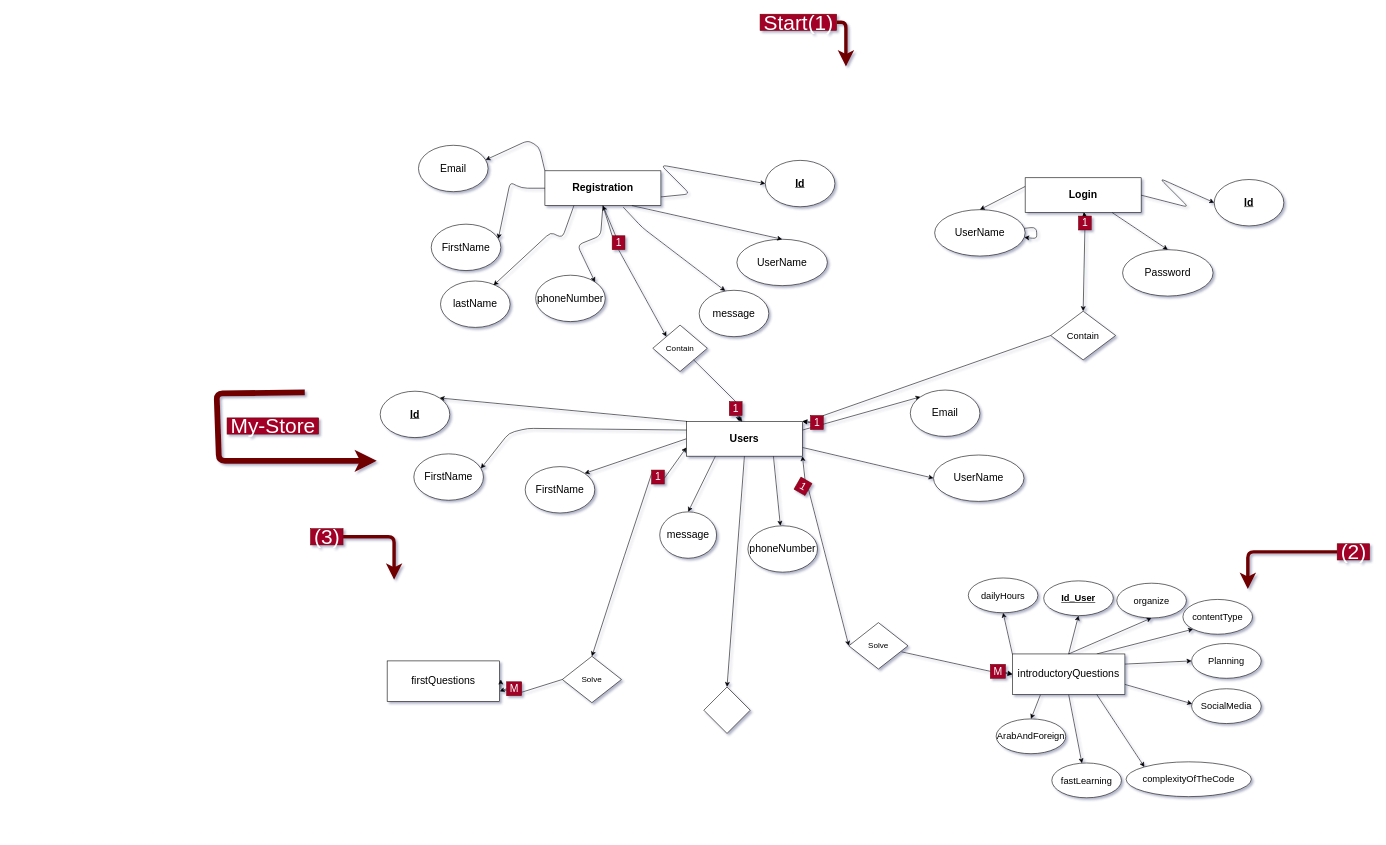
This is user_life..drawio from MahmoudAbdullahAnani/Beginning, a draw.io file, before an edit. Source tidied: cells renumbered, new cells numbered last; positions are measured from the earlier drawing's top-left corner, leaving out a move shared by most shapes. Both pictures are drawn from the tidied source at 58%, with x=0, y=0 at pixel (216, 14).
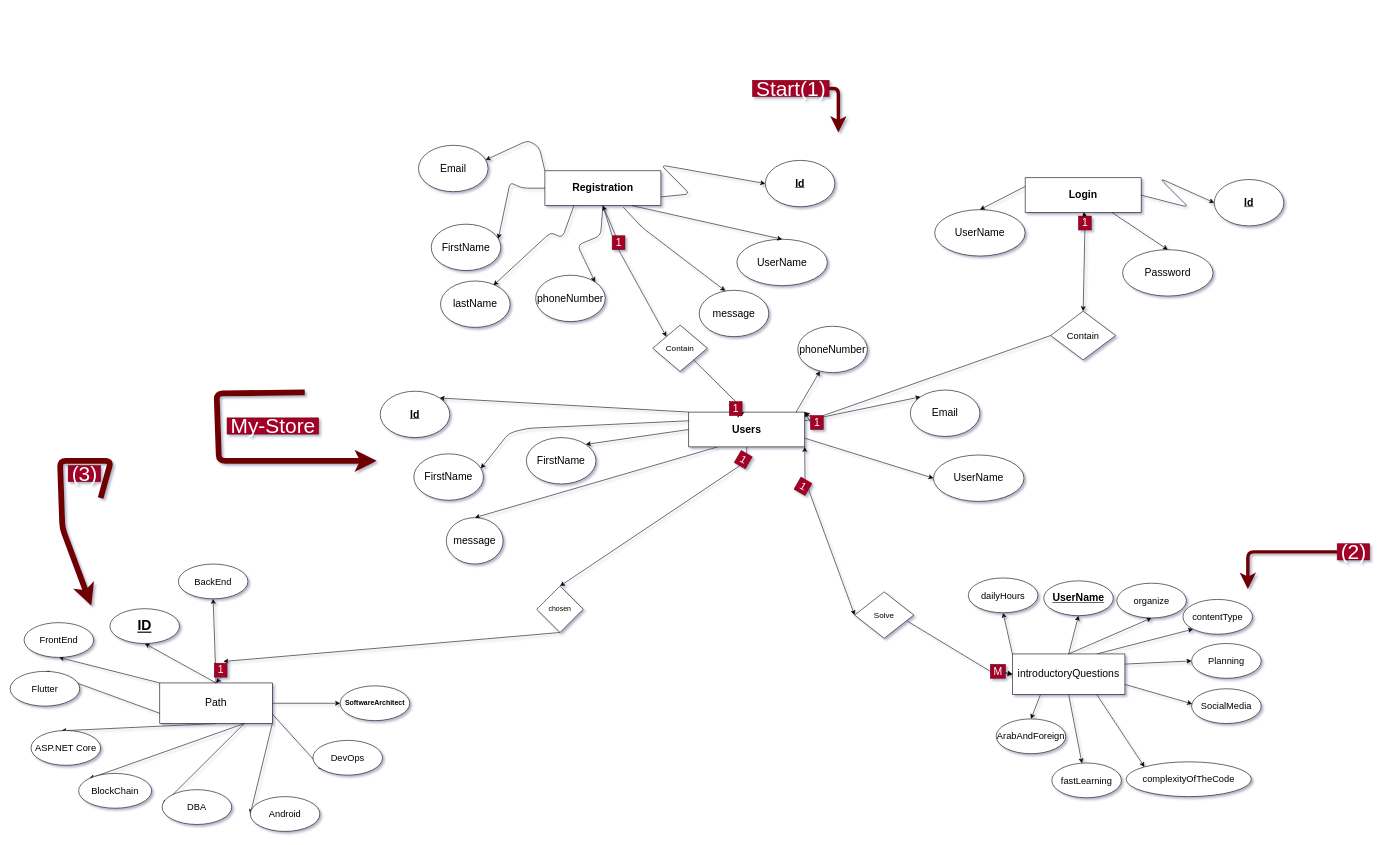
Above is the later version.

Unchanged cells that the change refers to:
```xml
<mxCell id="18" value="UserName" style="ellipse;whiteSpace=wrap;html=1;fontSize=18;" parent="1" vertex="1">
  <mxGeometry x="1238" y="337" width="156" height="80" as="geometry" />
</mxCell>
```

What changed in the source:
```diff
@@
-    <mxCell id="20" style="edgeStyle=none;html=1;fontColor=#CCFFE6;" parent="1" edge="1" source="18" target="18">
-      <mxGeometry relative="1" as="geometry" />
-    </mxCell>
@@
-    <mxCell id="23" style="edgeStyle=none;html=1;entryX=0.5;entryY=0;entryDx=0;entryDy=0;exitX=0.5;exitY=1;exitDx=0;exitDy=0;" parent="1" edge="1" source="30" target="70">
+    <mxCell id="23" style="edgeStyle=none;html=1;entryX=0.5;entryY=0;entryDx=0;entryDy=0;exitX=0.5;exitY=1;exitDx=0;exitDy=0;startArrow=none;" parent="1" edge="1" source="132" target="70">
       <mxGeometry relative="1" as="geometry" />
     </mxCell>
@@
     <mxCell id="30" value="&lt;font style=&quot;font-size: 18px&quot; color=&quot;#000000&quot;&gt;&lt;b&gt;Users&lt;/b&gt;&lt;/font&gt;" style="whiteSpace=wrap;html=1;" parent="1" vertex="1">
-      <mxGeometry x="810" y="702" width="200" height="60" as="geometry" />
+      <mxGeometry x="814" y="686" width="200" height="60" as="geometry" />
     </mxCell>
@@
     <mxCell id="41" value="&lt;font style=&quot;font-size: 14px&quot;&gt;Solve&lt;/font&gt;" style="rhombus;whiteSpace=wrap;html=1;" parent="1" vertex="1">
-      <mxGeometry x="1090" y="1049" width="102" height="80" as="geometry" />
+      <mxGeometry x="1100" y="996" width="102" height="80" as="geometry" />
     </mxCell>
@@
-    <mxCell id="48" style="edgeStyle=none;html=1;fontSize=18;fontColor=#CCFFE6;exitX=0;exitY=0.25;exitDx=0;exitDy=0;entryX=0.5;entryY=0;entryDx=0;entryDy=0;startArrow=none;" parent="1" edge="1" source="78" target="50">
-      <mxGeometry relative="1" as="geometry">
-        <Array as="points">
-          <mxPoint x="700" y="943" />
-        </Array>
-      </mxGeometry>
-    </mxCell>
-    <mxCell id="49" style="edgeStyle=none;html=1;fontSize=18;fontColor=#CCFFE6;entryX=1;entryY=0.75;entryDx=0;entryDy=0;exitX=0;exitY=0.5;exitDx=0;exitDy=0;startArrow=none;" parent="1" edge="1" source="76" target="51">
-      <mxGeometry relative="1" as="geometry" />
-    </mxCell>
-    <mxCell id="50" value="&lt;font style=&quot;font-size: 14px&quot;&gt;Solve&lt;/font&gt;" style="rhombus;whiteSpace=wrap;html=1;" parent="1" vertex="1">
-      <mxGeometry x="596" y="1107" width="102" height="80" as="geometry" />
-    </mxCell>
-    <mxCell id="51" value="&lt;span style=&quot;font-size: 18px&quot;&gt;&lt;font color=&quot;#000000&quot;&gt;firstQuestions&lt;/font&gt;&lt;/span&gt;" style="whiteSpace=wrap;html=1;align=center;" parent="1" vertex="1">
-      <mxGeometry x="294" y="1115" width="194" height="70" as="geometry" />
-    </mxCell>
-    <mxCell id="52" style="edgeStyle=none;html=1;" parent="1" edge="1" source="76">
-      <mxGeometry relative="1" as="geometry">
-        <mxPoint x="490" y="1147" as="targetPoint" />
-        <Array as="points">
-          <mxPoint x="490" y="1167" />
-        </Array>
-      </mxGeometry>
-    </mxCell>
-    <mxCell id="53" style="edgeStyle=none;html=1;entryX=0;entryY=0.75;entryDx=0;entryDy=0;exitX=1.01;exitY=0.574;exitDx=0;exitDy=0;exitPerimeter=0;" parent="1" edge="1" source="78" target="30">
-      <mxGeometry relative="1" as="geometry" />
-    </mxCell>
@@
+    <mxCell id="109" style="edgeStyle=none;html=1;exitX=0.5;exitY=1;exitDx=0;exitDy=0;entryX=0.706;entryY=-0.125;entryDx=0;entryDy=0;entryPerimeter=0;" parent="1" edge="1" source="70" target="129">
+      <mxGeometry relative="1" as="geometry" />
+    </mxCell>
-    <mxCell id="70" style="rhombus;whiteSpace=wrap;html=1;" parent="1" vertex="1">
-      <mxGeometry x="840" y="1160" width="80" height="80" as="geometry" />
+    <mxCell id="70" value="chosen" style="rhombus;whiteSpace=wrap;html=1;" parent="1" vertex="1">
+      <mxGeometry x="552" y="986" width="80" height="80" as="geometry" />
     </mxCell>
     <mxCell id="71" style="edgeStyle=segmentEdgeStyle;endArrow=classic;html=1;strokeWidth=6;endSize=9;fillColor=#a20025;strokeColor=#6F0000;startArrow=none;" parent="1" edge="1" source="88">
       <mxGeometry relative="1" as="geometry">
-        <mxPoint x="1085" y="90" as="targetPoint" />
+        <mxPoint x="1072" y="204" as="targetPoint" />
       </mxGeometry>
     </mxCell>
@@
-    <mxCell id="76" value="&lt;span style=&quot;font-size: 18px&quot;&gt;M&lt;/span&gt;" style="text;html=1;align=center;verticalAlign=middle;points=[];strokeColor=#6F0000;fillColor=#a20025;fontSize=14;fontColor=#ffffff;" parent="1" vertex="1">
-      <mxGeometry x="500" y="1151" width="26" height="24" as="geometry" />
-    </mxCell>
-    <mxCell id="77" style="edgeStyle=none;html=1;fontSize=18;fontColor=#CCFFE6;entryX=1;entryY=0.75;entryDx=0;entryDy=0;exitX=0;exitY=0.5;exitDx=0;exitDy=0;endArrow=none;" parent="1" edge="1" source="50" target="76">
-      <mxGeometry relative="1" as="geometry" />
-    </mxCell>
-    <mxCell id="78" value="&lt;font style=&quot;font-size: 18px&quot;&gt;1&lt;/font&gt;" style="text;html=1;align=center;verticalAlign=middle;points=[];strokeColor=#6F0000;fillColor=#a20025;fontSize=14;fontColor=#ffffff;" parent="1" vertex="1">
-      <mxGeometry x="750" y="786" width="22" height="24" as="geometry" />
-    </mxCell>
@@
     <mxCell id="88" value="&lt;font style=&quot;font-size: 36px&quot;&gt;Start(1)&lt;/font&gt;" style="text;html=1;align=center;verticalAlign=middle;points=[];fillColor=#a20025;fontColor=#ffffff;strokeColor=#6F0000;" parent="1" vertex="1">
-      <mxGeometry x="937" width="132" height="28" as="geometry" />
+      <mxGeometry x="924" y="114" width="132" height="28" as="geometry" />
     </mxCell>
     <mxCell id="89" style="edgeStyle=segmentEdgeStyle;endArrow=none;html=1;strokeWidth=6;endSize=9;fillColor=#a20025;strokeColor=#6F0000;" parent="1" edge="1" target="88">
       <mxGeometry relative="1" as="geometry">
-        <mxPoint x="941" y="20" as="sourcePoint" />
+        <mxPoint x="928" y="134" as="sourcePoint" />
       </mxGeometry>
     </mxCell>
@@
-    <mxCell id="94" style="edgeStyle=segmentEdgeStyle;endArrow=classic;html=1;strokeWidth=6;endSize=9;fillColor=#a20025;strokeColor=#6F0000;startArrow=none;" parent="1" edge="1" source="95">
-      <mxGeometry relative="1" as="geometry">
-        <mxPoint x="306" y="975" as="targetPoint" />
-      </mxGeometry>
-    </mxCell>
-    <mxCell id="95" value="&lt;font style=&quot;font-size: 36px&quot;&gt;(3)&lt;/font&gt;" style="text;html=1;align=center;verticalAlign=middle;points=[];fillColor=#a20025;fontColor=#ffffff;strokeColor=#6F0000;" parent="1" vertex="1">
-      <mxGeometry x="162" y="887" width="56" height="28" as="geometry" />
-    </mxCell>
-    <mxCell id="96" style="edgeStyle=segmentEdgeStyle;endArrow=none;html=1;strokeWidth=6;endSize=9;fillColor=#a20025;strokeColor=#6F0000;" parent="1" edge="1" target="95">
-      <mxGeometry relative="1" as="geometry">
-        <mxPoint x="162" y="905" as="sourcePoint" />
-      </mxGeometry>
-    </mxCell>
@@
-    <mxCell id="98" value="&lt;font size=&quot;3&quot;&gt;&lt;u&gt;&lt;b&gt;Id_User&lt;/b&gt;&lt;/u&gt;&lt;/font&gt;" style="ellipse;whiteSpace=wrap;html=1;" parent="1" vertex="1">
+    <mxCell id="98" value="&lt;span style=&quot;font-size: 18px&quot;&gt;&lt;b&gt;&lt;u&gt;UserName&lt;/u&gt;&lt;/b&gt;&lt;/span&gt;" style="ellipse;whiteSpace=wrap;html=1;" parent="1" vertex="1">
       <mxGeometry x="1426" y="977" width="120" height="60" as="geometry" />
     </mxCell>
@@
     <mxCell id="102" value="FirstName" style="ellipse;whiteSpace=wrap;html=1;fontSize=18;" parent="1" vertex="1">
-      <mxGeometry x="532" y="780" width="120" height="80" as="geometry" />
+      <mxGeometry x="534" y="730" width="120" height="80" as="geometry" />
     </mxCell>
@@
     <mxCell id="104" value="phoneNumber" style="ellipse;whiteSpace=wrap;html=1;fontSize=18;" parent="1" vertex="1">
-      <mxGeometry x="916" y="882" width="120" height="80" as="geometry" />
+      <mxGeometry x="1002" y="538" width="120" height="80" as="geometry" />
     </mxCell>
     <mxCell id="105" value="message" style="ellipse;whiteSpace=wrap;html=1;fontSize=18;" parent="1" vertex="1">
-      <mxGeometry x="764" y="858" width="98" height="80" as="geometry" />
+      <mxGeometry x="396" y="868" width="98" height="80" as="geometry" />
     </mxCell>
@@
+    <mxCell id="110" style="edgeStyle=none;html=1;fontSize=14;fontColor=#CCFFE6;exitX=0.25;exitY=1;exitDx=0;exitDy=0;entryX=0.5;entryY=0;entryDx=0;entryDy=0;" parent="1" edge="1" source="115" target="118">
+      <mxGeometry relative="1" as="geometry" />
+    </mxCell>
+    <mxCell id="111" style="edgeStyle=none;html=1;fontSize=14;fontColor=#CCFFE6;exitX=0.5;exitY=1;exitDx=0;exitDy=0;entryX=0.433;entryY=0.009;entryDx=0;entryDy=0;entryPerimeter=0;" parent="1" edge="1" source="115" target="119">
+      <mxGeometry relative="1" as="geometry" />
+    </mxCell>
+    <mxCell id="112" style="edgeStyle=none;html=1;fontSize=14;fontColor=#CCFFE6;exitX=0.75;exitY=0;exitDx=0;exitDy=0;entryX=0;entryY=1;entryDx=0;entryDy=0;" parent="1" edge="1" source="115" target="117">
+      <mxGeometry relative="1" as="geometry" />
+    </mxCell>
+    <mxCell id="113" style="edgeStyle=none;html=1;fontSize=14;fontColor=#CCFFE6;entryX=0.5;entryY=1;entryDx=0;entryDy=0;exitX=0;exitY=0;exitDx=0;exitDy=0;" parent="1" edge="1" source="115" target="120">
+      <mxGeometry relative="1" as="geometry" />
+    </mxCell>
+    <mxCell id="114" style="edgeStyle=none;html=1;" parent="1" edge="1" source="115" target="134">
+      <mxGeometry relative="1" as="geometry" />
+    </mxCell>
+    <mxCell id="115" value="&lt;font color=&quot;#000000&quot;&gt;&lt;span style=&quot;font-size: 18px&quot;&gt;Path&lt;/span&gt;&lt;/font&gt;" style="whiteSpace=wrap;html=1;align=center;" parent="1" vertex="1">
+      <mxGeometry x="-98" y="1153" width="194" height="70" as="geometry" />
+    </mxCell>
+    <mxCell id="116" style="edgeStyle=none;html=1;entryX=0.5;entryY=0;entryDx=0;entryDy=0;exitX=0.969;exitY=0.564;exitDx=0;exitDy=0;exitPerimeter=0;" parent="1" edge="1" source="129" target="115">
+      <mxGeometry relative="1" as="geometry" />
+    </mxCell>
+    <mxCell id="117" value="&lt;font size=&quot;3&quot;&gt;DevOps&lt;/font&gt;" style="ellipse;whiteSpace=wrap;html=1;" parent="1" vertex="1">
+      <mxGeometry x="166" y="1252" width="120" height="60" as="geometry" />
+    </mxCell>
+    <mxCell id="118" value="&lt;font size=&quot;3&quot;&gt;Flutter&lt;/font&gt;" style="ellipse;whiteSpace=wrap;html=1;" parent="1" vertex="1">
+      <mxGeometry x="-356" y="1133" width="120" height="60" as="geometry" />
+    </mxCell>
+    <mxCell id="119" value="&lt;font size=&quot;3&quot;&gt;ASP.NET Core&lt;/font&gt;" style="ellipse;whiteSpace=wrap;html=1;" parent="1" vertex="1">
+      <mxGeometry x="-320" y="1235" width="120" height="60" as="geometry" />
+    </mxCell>
+    <mxCell id="120" value="&lt;font size=&quot;3&quot;&gt;FrontEnd&lt;/font&gt;" style="ellipse;whiteSpace=wrap;html=1;" parent="1" vertex="1">
+      <mxGeometry x="-332" y="1049" width="120" height="60" as="geometry" />
+    </mxCell>
+    <mxCell id="121" style="edgeStyle=none;html=1;fontSize=14;fontColor=#CCFFE6;exitX=0.75;exitY=1;exitDx=0;exitDy=0;entryX=0;entryY=0;entryDx=0;entryDy=0;" parent="1" edge="1" source="115" target="122">
+      <mxGeometry relative="1" as="geometry" />
+    </mxCell>
+    <mxCell id="122" value="&lt;font size=&quot;3&quot;&gt;BlockChain&lt;/font&gt;" style="ellipse;whiteSpace=wrap;html=1;" parent="1" vertex="1">
+      <mxGeometry x="-238" y="1309" width="126" height="60" as="geometry" />
+    </mxCell>
+    <mxCell id="123" style="edgeStyle=none;html=1;fontSize=14;fontColor=#CCFFE6;exitX=0.5;exitY=0;exitDx=0;exitDy=0;entryX=0.5;entryY=1;entryDx=0;entryDy=0;" parent="1" edge="1" source="115" target="124">
+      <mxGeometry relative="1" as="geometry" />
+    </mxCell>
+    <mxCell id="124" value="&lt;font size=&quot;3&quot;&gt;BackEnd&lt;/font&gt;" style="ellipse;whiteSpace=wrap;html=1;" parent="1" vertex="1">
+      <mxGeometry x="-66" y="948" width="120" height="60" as="geometry" />
+    </mxCell>
+    <mxCell id="125" style="edgeStyle=none;html=1;fontSize=14;fontColor=#CCFFE6;entryX=0;entryY=0.5;entryDx=0;entryDy=0;exitX=1;exitY=1;exitDx=0;exitDy=0;" parent="1" edge="1" source="115" target="126">
+      <mxGeometry relative="1" as="geometry" />
+    </mxCell>
+    <mxCell id="126" value="&lt;font size=&quot;3&quot;&gt;Android&lt;/font&gt;" style="ellipse;whiteSpace=wrap;html=1;" parent="1" vertex="1">
+      <mxGeometry x="58" y="1349" width="120" height="60" as="geometry" />
+    </mxCell>
+    <mxCell id="127" style="edgeStyle=none;html=1;fontSize=14;fontColor=#CCFFE6;exitX=0.75;exitY=1;exitDx=0;exitDy=0;entryX=0.008;entryY=0.433;entryDx=0;entryDy=0;entryPerimeter=0;" parent="1" edge="1" source="115" target="128">
+      <mxGeometry relative="1" as="geometry" />
+    </mxCell>
+    <mxCell id="128" value="&lt;font size=&quot;3&quot;&gt;DBA&lt;/font&gt;" style="ellipse;whiteSpace=wrap;html=1;" parent="1" vertex="1">
+      <mxGeometry x="-94" y="1337" width="120" height="60" as="geometry" />
+    </mxCell>
+    <mxCell id="129" value="&lt;span style=&quot;font-size: 18px&quot;&gt;1&lt;/span&gt;" style="text;html=1;align=center;verticalAlign=middle;points=[];strokeColor=#6F0000;fillColor=#a20025;fontSize=14;fontColor=#ffffff;rotation=0;" parent="1" vertex="1">
+      <mxGeometry x="-4" y="1119" width="22" height="24" as="geometry" />
+    </mxCell>
+    <mxCell id="130" style="edgeStyle=none;html=1;fontSize=14;fontColor=#CCFFE6;entryX=0.5;entryY=1;entryDx=0;entryDy=0;exitX=0.5;exitY=0;exitDx=0;exitDy=0;" parent="1" edge="1" source="115" target="131">
+      <mxGeometry relative="1" as="geometry" />
+    </mxCell>
+    <mxCell id="131" value="&lt;font style=&quot;font-size: 24px&quot;&gt;&lt;u&gt;&lt;b&gt;ID&lt;/b&gt;&lt;/u&gt;&lt;/font&gt;" style="ellipse;whiteSpace=wrap;html=1;" parent="1" vertex="1">
+      <mxGeometry x="-184" y="1025" width="120" height="60" as="geometry" />
+    </mxCell>
+    <mxCell id="132" value="&lt;font style=&quot;font-size: 18px&quot;&gt;1&lt;/font&gt;" style="text;html=1;align=center;verticalAlign=middle;points=[];strokeColor=#6F0000;fillColor=#a20025;fontSize=14;fontColor=#ffffff;rotation=30;" parent="1" vertex="1">
+      <mxGeometry x="897" y="756" width="22" height="24" as="geometry" />
+    </mxCell>
+    <mxCell id="133" style="edgeStyle=none;html=1;entryX=0.5;entryY=0;entryDx=0;entryDy=0;exitX=0.5;exitY=1;exitDx=0;exitDy=0;endArrow=none;" parent="1" edge="1" source="30" target="132">
+      <mxGeometry relative="1" as="geometry" />
+    </mxCell>
+    <mxCell id="134" value="&lt;b&gt;SoftwareArchitect&lt;/b&gt;" style="ellipse;whiteSpace=wrap;html=1;" parent="1" vertex="1">
+      <mxGeometry x="213" y="1158" width="120" height="60" as="geometry" />
+    </mxCell>
+    <mxCell id="135" style="endArrow=classic;html=1;strokeWidth=10;fillColor=#a20025;strokeColor=#6F0000;" parent="1" edge="1">
+      <mxGeometry relative="1" as="geometry">
+        <mxPoint x="-200" y="834" as="sourcePoint" />
+        <mxPoint x="-216" y="1020" as="targetPoint" />
+        <Array as="points">
+          <mxPoint x="-182" y="770" />
+          <mxPoint x="-270" y="770" />
+          <mxPoint x="-266" y="886" />
+        </Array>
+      </mxGeometry>
+    </mxCell>
+    <mxCell id="95" value="&lt;font style=&quot;font-size: 36px&quot;&gt;(3)&lt;/font&gt;" style="text;html=1;align=center;verticalAlign=middle;points=[];fillColor=#a20025;fontColor=#ffffff;strokeColor=#6F0000;" parent="1" vertex="1">
+      <mxGeometry x="-256" y="778" width="56" height="28" as="geometry" />
+    </mxCell>
```
